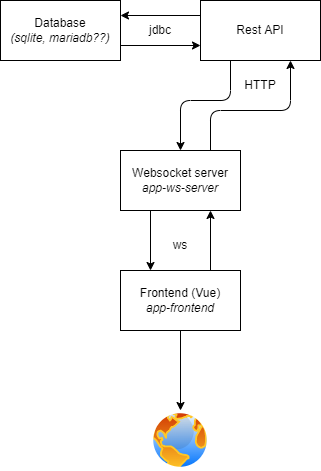
The draw.io diagram docs/target_archi.png in remiCzn/rififis-a-phiphi, before a commit. Source tidied: cells renumbered, new cells last; positions are measured from the earlier drawing's top-left corner, leaving out a move shared by most shapes.
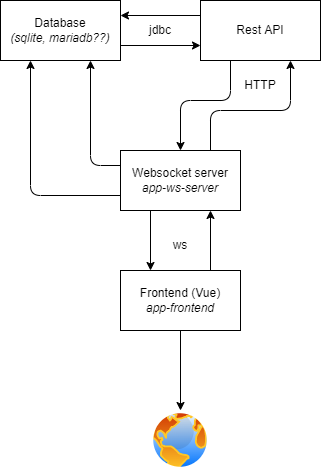
The same diagram one commit later.

What changed in the source:
```diff
@@ -27,6 +27,12 @@
         </Array>
       </mxGeometry>
     </mxCell>
+    <mxCell id="17" style="edgeStyle=orthogonalEdgeStyle;html=1;exitX=0;exitY=0.25;exitDx=0;exitDy=0;entryX=0.75;entryY=1;entryDx=0;entryDy=0;" parent="1" edge="1" source="8" target="15">
+      <mxGeometry relative="1" as="geometry" />
+    </mxCell>
+    <mxCell id="18" style="edgeStyle=orthogonalEdgeStyle;html=1;exitX=0;exitY=0.75;exitDx=0;exitDy=0;entryX=0.25;entryY=1;entryDx=0;entryDy=0;" parent="1" edge="1" source="8" target="15">
+      <mxGeometry relative="1" as="geometry" />
+    </mxCell>
     <mxCell id="8" value="Websocket server&lt;br&gt;&lt;i&gt;app-ws-server&lt;/i&gt;" style="rounded=0;whiteSpace=wrap;html=1;" parent="1" vertex="1">
       <mxGeometry x="120" y="150" width="120" height="60" as="geometry" />
     </mxCell>
```
